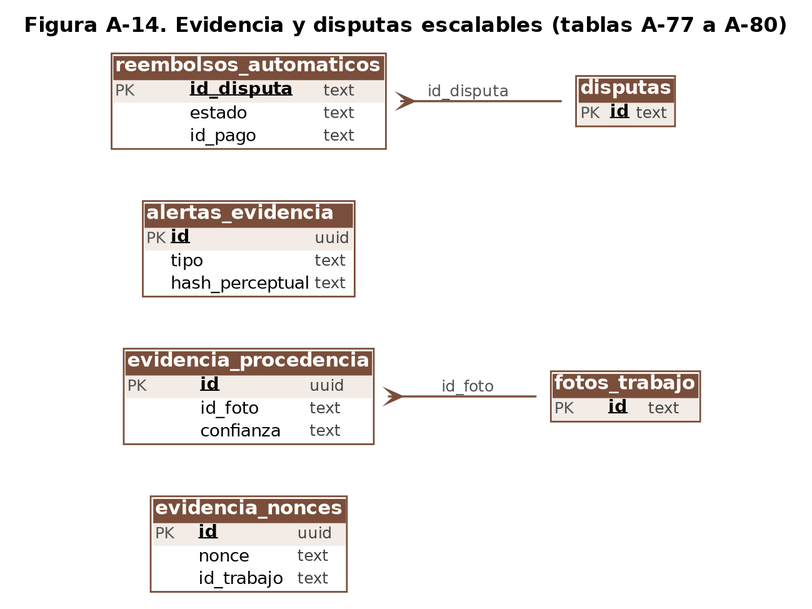
Above: MyWorksAppProyect/docs/modelo_er60/figuras/er80_14_evidencia_disputas.png in nicoussj/Proyecto-Titulo-MyWorksApp (Graphviz), before the change. Its source is kept beside it as MyWorksAppProyect/docs/modelo_er60/figuras/er80_14_evidencia_disputas.dot.
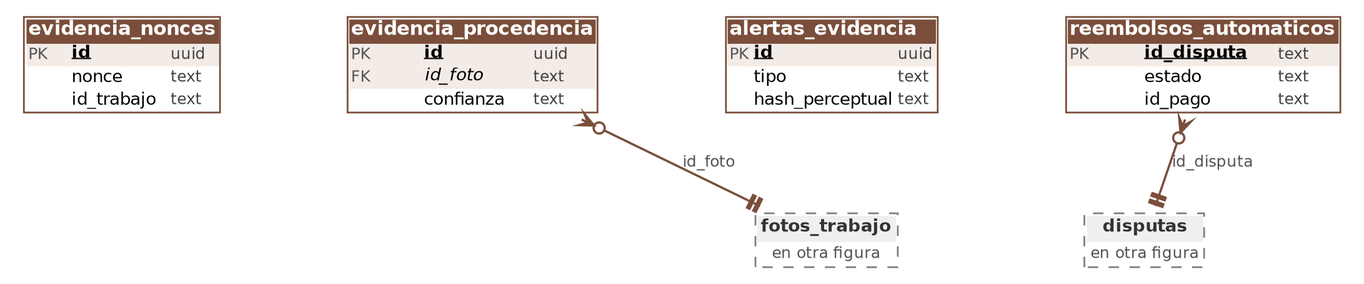
Later version of the same file.

The edit, as a diff of the source:
```diff
@@ -1,13 +1,19 @@
 digraph x {
-graph [fontname="Helvetica", bgcolor="white", pad="0.08", nodesep="0.3", ranksep="0.45", splines="spline", rankdir="LR", labelloc="t", labeljust="l", label=<<font point-size="12"><b>Figura A-14. Evidencia y disputas escalables (tablas A-77 a A-80)</b></font>>];
-node [shape=plaintext, fontname="Helvetica"];
-edge [fontname="Helvetica", color="#7A4E3A", penwidth="1.2", arrowsize="0.8", dir="both"];
+graph [fontname="DejaVu Sans", bgcolor="white", pad="0.08", nodesep="0.4", ranksep="0.55", splines="spline", rankdir="TB", labelloc="t", labeljust="l"];
+node [shape=plaintext, fontname="DejaVu Sans"];
+edge [fontname="DejaVu Sans", color="#7A4E3A", penwidth="1.3", arrowsize="0.8", dir="both"];
 "evidencia_nonces" [label=<<table border="1" cellborder="0" cellspacing="0" cellpadding="1" color="#7A4E3A"><tr><td colspan="3" bgcolor="#7A4E3A" align="left"><font color="white" point-size="11"><b>evidencia_nonces</b></font></td></tr><tr><td align="left" bgcolor="#F3EBE6"><font point-size="9" color="#555555">PK</font></td><td align="left" bgcolor="#F3EBE6"><font point-size="10"><b><u>id</u></b></font></td><td align="left" bgcolor="#F3EBE6"><font point-size="9" color="#444444">uuid</font></td></tr><tr><td align="left" bgcolor="white"><font point-size="9" color="#555555"> </font></td><td align="left" bgcolor="white"><font point-size="10">nonce</font></td><td align="left" bgcolor="white"><font point-size="9" color="#444444">text</font></td></tr><tr><td align="left" bgcolor="white"><font point-size="9" color="#555555"> </font></td><td align="left" bgcolor="white"><font point-size="10">id_trabajo</font></td><td align="left" bgcolor="white"><font point-size="9" color="#444444">text</font></td></tr></table>>];
-"evidencia_procedencia" [label=<<table border="1" cellborder="0" cellspacing="0" cellpadding="1" color="#7A4E3A"><tr><td colspan="3" bgcolor="#7A4E3A" align="left"><font color="white" point-size="11"><b>evidencia_procedencia</b></font></td></tr><tr><td align="left" bgcolor="#F3EBE6"><font point-size="9" color="#555555">PK</font></td><td align="left" bgcolor="#F3EBE6"><font point-size="10"><b><u>id</u></b></font></td><td align="left" bgcolor="#F3EBE6"><font point-size="9" color="#444444">uuid</font></td></tr><tr><td align="left" bgcolor="white"><font point-size="9" color="#555555"> </font></td><td align="left" bgcolor="white"><font point-size="10">id_foto</font></td><td align="left" bgcolor="white"><font point-size="9" color="#444444">text</font></td></tr><tr><td align="left" bgcolor="white"><font point-size="9" color="#555555"> </font></td><td align="left" bgcolor="white"><font point-size="10">confianza</font></td><td align="left" bgcolor="white"><font point-size="9" color="#444444">text</font></td></tr></table>>];
+"evidencia_procedencia" [label=<<table border="1" cellborder="0" cellspacing="0" cellpadding="1" color="#7A4E3A"><tr><td colspan="3" bgcolor="#7A4E3A" align="left"><font color="white" point-size="11"><b>evidencia_procedencia</b></font></td></tr><tr><td align="left" bgcolor="#F3EBE6"><font point-size="9" color="#555555">PK</font></td><td align="left" bgcolor="#F3EBE6"><font point-size="10"><b><u>id</u></b></font></td><td align="left" bgcolor="#F3EBE6"><font point-size="9" color="#444444">uuid</font></td></tr><tr><td align="left" bgcolor="#F3EBE6"><font point-size="9" color="#555555">FK</font></td><td align="left" bgcolor="#F3EBE6"><font point-size="10"><i>id_foto</i></font></td><td align="left" bgcolor="#F3EBE6"><font point-size="9" color="#444444">text</font></td></tr><tr><td align="left" bgcolor="white"><font point-size="9" color="#555555"> </font></td><td align="left" bgcolor="white"><font point-size="10">confianza</font></td><td align="left" bgcolor="white"><font point-size="9" color="#444444">text</font></td></tr></table>>];
 "alertas_evidencia" [label=<<table border="1" cellborder="0" cellspacing="0" cellpadding="1" color="#7A4E3A"><tr><td colspan="3" bgcolor="#7A4E3A" align="left"><font color="white" point-size="11"><b>alertas_evidencia</b></font></td></tr><tr><td align="left" bgcolor="#F3EBE6"><font point-size="9" color="#555555">PK</font></td><td align="left" bgcolor="#F3EBE6"><font point-size="10"><b><u>id</u></b></font></td><td align="left" bgcolor="#F3EBE6"><font point-size="9" color="#444444">uuid</font></td></tr><tr><td align="left" bgcolor="white"><font point-size="9" color="#555555"> </font></td><td align="left" bgcolor="white"><font point-size="10">tipo</font></td><td align="left" bgcolor="white"><font point-size="9" color="#444444">text</font></td></tr><tr><td align="left" bgcolor="white"><font point-size="9" color="#555555"> </font></td><td align="left" bgcolor="white"><font point-size="10">hash_perceptual</font></td><td align="left" bgcolor="white"><font point-size="9" color="#444444">text</font></td></tr></table>>];
 "reembolsos_automaticos" [label=<<table border="1" cellborder="0" cellspacing="0" cellpadding="1" color="#7A4E3A"><tr><td colspan="3" bgcolor="#7A4E3A" align="left"><font color="white" point-size="11"><b>reembolsos_automaticos</b></font></td></tr><tr><td align="left" bgcolor="#F3EBE6"><font point-size="9" color="#555555">PK</font></td><td align="left" bgcolor="#F3EBE6"><font point-size="10"><b><u>id_disputa</u></b></font></td><td align="left" bgcolor="#F3EBE6"><font point-size="9" color="#444444">text</font></td></tr><tr><td align="left" bgcolor="white"><font point-size="9" color="#555555"> </font></td><td align="left" bgcolor="white"><font point-size="10">estado</font></td><td align="left" bgcolor="white"><font point-size="9" color="#444444">text</font></td></tr><tr><td align="left" bgcolor="white"><font point-size="9" color="#555555"> </font></td><td align="left" bgcolor="white"><font point-size="10">id_pago</font></td><td align="left" bgcolor="white"><font point-size="9" color="#444444">text</font></td></tr></table>>];
-"fotos_trabajo" [label=<<table border="1" cellborder="0" cellspacing="0" cellpadding="1" color="#7A4E3A"><tr><td colspan="3" bgcolor="#7A4E3A" align="left"><font color="white" point-size="11"><b>fotos_trabajo</b></font></td></tr><tr><td align="left" bgcolor="#F3EBE6"><font point-size="9" color="#555555">PK</font></td><td align="left" bgcolor="#F3EBE6"><font point-size="10"><b><u>id</u></b></font></td><td align="left" bgcolor="#F3EBE6"><font point-size="9" color="#444444">text</font></td></tr></table>>];
-"disputas" [label=<<table border="1" cellborder="0" cellspacing="0" cellpadding="1" color="#7A4E3A"><tr><td colspan="3" bgcolor="#7A4E3A" align="left"><font color="white" point-size="11"><b>disputas</b></font></td></tr><tr><td align="left" bgcolor="#F3EBE6"><font point-size="9" color="#555555">PK</font></td><td align="left" bgcolor="#F3EBE6"><font point-size="10"><b><u>id</u></b></font></td><td align="left" bgcolor="#F3EBE6"><font point-size="9" color="#444444">text</font></td></tr></table>>];
-"evidencia_procedencia" -> "fotos_trabajo" [arrowtail="crow", arrowhead="none", label=<<font point-size="9" color="#555555">id_foto</font>>];
-"reembolsos_automaticos" -> "disputas" [arrowtail="crow", arrowhead="none", label=<<font point-size="9" color="#555555">id_disputa</font>>];
+"fotos_trabajo" [label=<<table border="1" cellborder="0" cellspacing="0" cellpadding="2" color="#7F7F7F" style="dashed"><tr><td bgcolor="#EFEFEF"><font point-size="10" color="#333333"><b>fotos_trabajo</b></font></td></tr><tr><td><font point-size="9" color="#555555">en otra figura</font></td></tr></table>>];
+"disputas" [label=<<table border="1" cellborder="0" cellspacing="0" cellpadding="2" color="#7F7F7F" style="dashed"><tr><td bgcolor="#EFEFEF"><font point-size="10" color="#333333"><b>disputas</b></font></td></tr><tr><td><font point-size="9" color="#555555">en otra figura</font></td></tr></table>>];
+{ rank=same; "evidencia_nonces" "evidencia_procedencia" "alertas_evidencia" "reembolsos_automaticos" }
+"evidencia_nonces" -> "evidencia_procedencia" [style="invis", dir="none"];
+"evidencia_procedencia" -> "alertas_evidencia" [style="invis", dir="none"];
+"alertas_evidencia" -> "reembolsos_automaticos" [style="invis", dir="none"];
+{ rank=same; "fotos_trabajo" "disputas" }
+"fotos_trabajo" -> "disputas" [style="invis", dir="none"];
+"evidencia_procedencia" -> "fotos_trabajo" [arrowtail="crowodot", arrowhead="teetee", label=<<font point-size="9" color="#555555">id_foto</font>>];
+"reembolsos_automaticos" -> "disputas" [arrowtail="crowodot", arrowhead="teetee", label=<<font point-size="9" color="#555555">id_disputa</font>>];
 }
```
